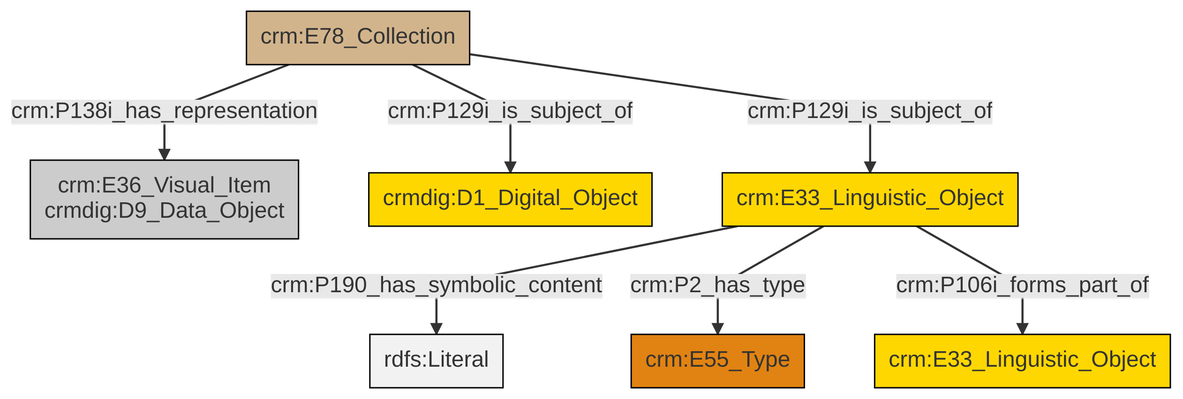
swiss-art-research-net/docs.swissartresearch keeps this Mermaid diagram as et/archivalCSV/ttl/mmd/png/archival_docs.png. Above is the earlier version. Its source is kept beside it as et/archivalCSV/ttl/mmd/archival_docs.ttl.mmd.
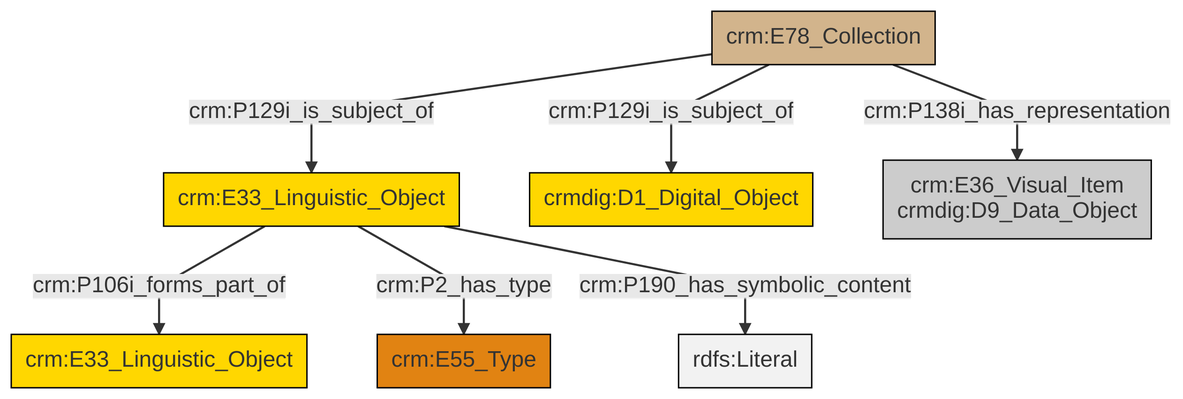
The same file after the commit.

What changed in the source:
```diff
@@ -13,9 +13,9 @@
 classDef PC_Classes fill:#4ce600, stroke:#000000;
 classDef Multi fill:#cccccc,stroke:#000000;
 
-0["crm:E78_Collection"]:::Physical_Thing -->|crm:P138i_has_representation| 1["crm:E36_Visual_Item<br>crmdig:D9_Data_Object"]:::Multi
-5["crm:E33_Linguistic_Object"]:::Conceptual_Object -->|crm:P190_has_symbolic_content| 6[rdfs:Literal]:::Literal
-0["crm:E78_Collection"]:::Physical_Thing -->|crm:P129i_is_subject_of| 2["crmdig:D1_Digital_Object"]:::Conceptual_Object
-5["crm:E33_Linguistic_Object"]:::Conceptual_Object -->|crm:P2_has_type| 7["crm:E55_Type"]:::Type
-5["crm:E33_Linguistic_Object"]:::Conceptual_Object -->|crm:P106i_forms_part_of| 10["crm:E33_Linguistic_Object"]:::Conceptual_Object
-0["crm:E78_Collection"]:::Physical_Thing -->|crm:P129i_is_subject_of| 5["crm:E33_Linguistic_Object"]:::Conceptual_Object
+0["crm:E33_Linguistic_Object"]:::Conceptual_Object -->|crm:P106i_forms_part_of| 1["crm:E33_Linguistic_Object"]:::Conceptual_Object
+0["crm:E33_Linguistic_Object"]:::Conceptual_Object -->|crm:P2_has_type| 3["crm:E55_Type"]:::Type
+5["crm:E78_Collection"]:::Physical_Thing -->|crm:P129i_is_subject_of| 0["crm:E33_Linguistic_Object"]:::Conceptual_Object
+0["crm:E33_Linguistic_Object"]:::Conceptual_Object -->|crm:P190_has_symbolic_content| 9[rdfs:Literal]:::Literal
+5["crm:E78_Collection"]:::Physical_Thing -->|crm:P129i_is_subject_of| 6["crmdig:D1_Digital_Object"]:::Conceptual_Object
+5["crm:E78_Collection"]:::Physical_Thing -->|crm:P138i_has_representation| 11["crm:E36_Visual_Item<br>crmdig:D9_Data_Object"]:::Multi
```
